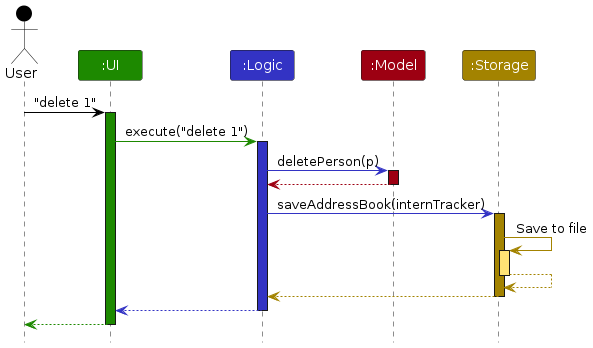
AprupKale/tp keeps this PlantUML diagram as diagrams/ArchitectureSequenceDiagram.png. Above is the earlier version. Its source is kept beside it as diagrams/ArchitectureSequenceDiagram.puml.
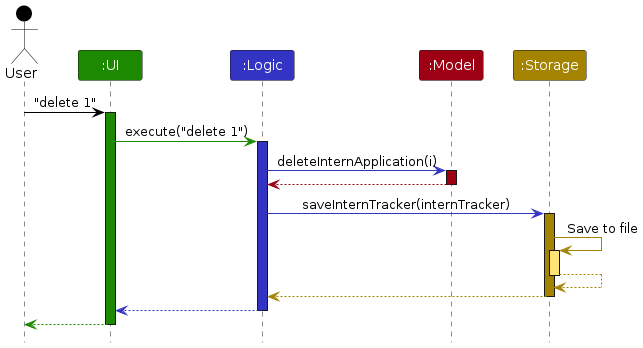
After the change.

Diff of the diagram source:
```diff
@@ -14,13 +14,13 @@
 ui -[UI_COLOR]> logic : execute("delete 1")
 activate logic LOGIC_COLOR
 
-logic -[LOGIC_COLOR]> model : deletePerson(p)
+logic -[LOGIC_COLOR]> model : deleteInternApplication(i)
 activate model MODEL_COLOR
 
 model -[MODEL_COLOR]-> logic
 deactivate model
 
-logic -[LOGIC_COLOR]> storage : saveAddressBook(internTracker)
+logic -[LOGIC_COLOR]> storage : saveInternTracker(internTracker)
 activate storage STORAGE_COLOR
 
 storage -[STORAGE_COLOR]> storage : Save to file
```
